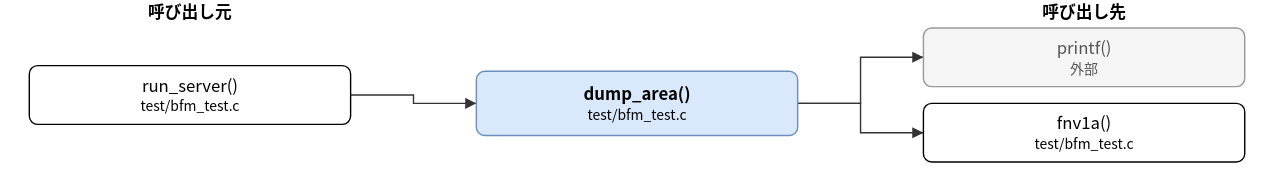
hf355051012-ai/bfmem keeps this draw.io diagram as doc/spec/images/call_test_bfm_test-dump_area.drawio.svg. Above is the earlier version. Source tidied: cells renumbered, new cells last; positions are measured from the earlier drawing's top-left corner, leaving out a move shared by most shapes. The source it was exported from:
```xml
<mxGraphModel>
  <root>
    <mxCell id="0" />
    <mxCell id="1" parent="0" />
    <mxCell id="2" value="dump_area()&lt;br&gt;&lt;font style=&quot;font-size:10px&quot;&gt;test/bfm_test.c&lt;/font&gt;" style="rounded=1;whiteSpace=wrap;html=1;fillColor=#dae8fc;strokeColor=#6c8ebf;fontStyle=1;" parent="1" vertex="1">
      <mxGeometry x="320" y="51" width="230" height="46" as="geometry" />
    </mxCell>
    <mxCell id="3" value="run_server()&lt;br&gt;&lt;font style=&quot;font-size:10px&quot;&gt;test/bfm_test.c&lt;/font&gt;" style="rounded=1;whiteSpace=wrap;html=1;" parent="1" vertex="1">
      <mxGeometry y="47" width="230" height="42" as="geometry" />
    </mxCell>
    <mxCell id="4" value="printf()&lt;br&gt;&lt;font style=&quot;font-size:10px&quot;&gt;外部&lt;/font&gt;" style="rounded=1;whiteSpace=wrap;html=1;fillColor=#f5f5f5;strokeColor=#999999;fontColor=#555555;" parent="1" vertex="1">
      <mxGeometry x="640" y="20" width="230" height="42" as="geometry" />
    </mxCell>
    <mxCell id="5" value="fnv1a()&lt;br&gt;&lt;font style=&quot;font-size:10px&quot;&gt;test/bfm_test.c&lt;/font&gt;" style="rounded=1;whiteSpace=wrap;html=1;" parent="1" vertex="1">
      <mxGeometry x="640" y="74" width="230" height="42" as="geometry" />
    </mxCell>
    <mxCell id="6" style="edgeStyle=none;html=1;rounded=0;endArrow=block;endFill=1;exitX=1.0000;exitY=0.5000;exitDx=0;exitDy=0;exitPerimeter=0;entryX=0.0000;entryY=0.5000;entryDx=0;entryDy=0;entryPerimeter=0;" parent="1" edge="1" source="3" target="2">
      <mxGeometry relative="1" as="geometry">
        <Array as="points">
          <mxPoint x="275" y="68" />
          <mxPoint x="275" y="74" />
        </Array>
      </mxGeometry>
    </mxCell>
    <mxCell id="7" style="edgeStyle=none;html=1;rounded=0;endArrow=block;endFill=1;exitX=1.0000;exitY=0.5000;exitDx=0;exitDy=0;exitPerimeter=0;entryX=0.0000;entryY=0.5000;entryDx=0;entryDy=0;entryPerimeter=0;" parent="1" edge="1" source="2" target="4">
      <mxGeometry relative="1" as="geometry">
        <Array as="points">
          <mxPoint x="595" y="74" />
          <mxPoint x="595" y="41" />
        </Array>
      </mxGeometry>
    </mxCell>
    <mxCell id="8" style="edgeStyle=none;html=1;rounded=0;endArrow=block;endFill=1;exitX=1.0000;exitY=0.5000;exitDx=0;exitDy=0;exitPerimeter=0;entryX=0.0000;entryY=0.5000;entryDx=0;entryDy=0;entryPerimeter=0;" parent="1" edge="1" source="2" target="5">
      <mxGeometry relative="1" as="geometry">
        <Array as="points">
          <mxPoint x="595" y="74" />
          <mxPoint x="595" y="95" />
        </Array>
      </mxGeometry>
    </mxCell>
    <mxCell id="9" value="呼び出し元" style="text;html=1;align=center;fontStyle=1;" parent="1" vertex="1">
      <mxGeometry x="35" width="160" height="18" as="geometry" />
    </mxCell>
    <mxCell id="10" value="呼び出し先" style="text;html=1;align=center;fontStyle=1;" parent="1" vertex="1">
      <mxGeometry x="675" width="160" height="18" as="geometry" />
    </mxCell>
  </root>
</mxGraphModel>
```
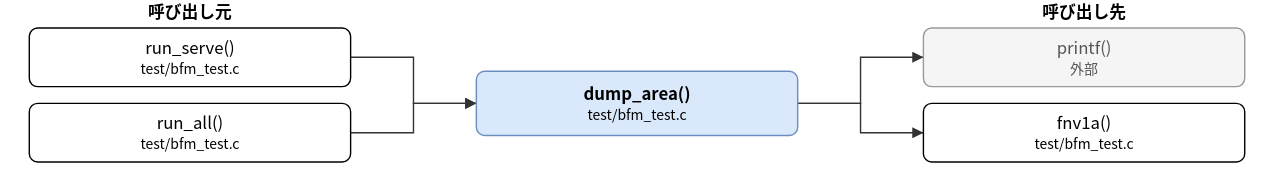
After the change.

Diff of the diagram source:
```diff
@@ -5,9 +5,12 @@
     <mxCell id="2" value="dump_area()&lt;br&gt;&lt;font style=&quot;font-size:10px&quot;&gt;test/bfm_test.c&lt;/font&gt;" style="rounded=1;whiteSpace=wrap;html=1;fillColor=#dae8fc;strokeColor=#6c8ebf;fontStyle=1;" parent="1" vertex="1">
       <mxGeometry x="320" y="51" width="230" height="46" as="geometry" />
     </mxCell>
-    <mxCell id="3" value="run_server()&lt;br&gt;&lt;font style=&quot;font-size:10px&quot;&gt;test/bfm_test.c&lt;/font&gt;" style="rounded=1;whiteSpace=wrap;html=1;" parent="1" vertex="1">
-      <mxGeometry y="47" width="230" height="42" as="geometry" />
+    <mxCell id="3" value="run_serve()&lt;br&gt;&lt;font style=&quot;font-size:10px&quot;&gt;test/bfm_test.c&lt;/font&gt;" style="rounded=1;whiteSpace=wrap;html=1;" parent="1" vertex="1">
+      <mxGeometry y="20" width="230" height="42" as="geometry" />
     </mxCell>
+    <mxCell id="11" value="run_all()&lt;br&gt;&lt;font style=&quot;font-size:10px&quot;&gt;test/bfm_test.c&lt;/font&gt;" style="rounded=1;whiteSpace=wrap;html=1;" parent="1" vertex="1">
+      <mxGeometry y="74" width="230" height="42" as="geometry" />
+    </mxCell>
     <mxCell id="4" value="printf()&lt;br&gt;&lt;font style=&quot;font-size:10px&quot;&gt;外部&lt;/font&gt;" style="rounded=1;whiteSpace=wrap;html=1;fillColor=#f5f5f5;strokeColor=#999999;fontColor=#555555;" parent="1" vertex="1">
       <mxGeometry x="640" y="20" width="230" height="42" as="geometry" />
     </mxCell>
@@ -17,27 +20,35 @@
     <mxCell id="6" style="edgeStyle=none;html=1;rounded=0;endArrow=block;endFill=1;exitX=1.0000;exitY=0.5000;exitDx=0;exitDy=0;exitPerimeter=0;entryX=0.0000;entryY=0.5000;entryDx=0;entryDy=0;entryPerimeter=0;" parent="1" edge="1" source="3" target="2">
       <mxGeometry relative="1" as="geometry">
         <Array as="points">
-          <mxPoint x="275" y="68" />
+          <mxPoint x="275" y="41" />
           <mxPoint x="275" y="74" />
         </Array>
       </mxGeometry>
     </mxCell>
-    <mxCell id="7" style="edgeStyle=none;html=1;rounded=0;endArrow=block;endFill=1;exitX=1.0000;exitY=0.5000;exitDx=0;exitDy=0;exitPerimeter=0;entryX=0.0000;entryY=0.5000;entryDx=0;entryDy=0;entryPerimeter=0;" parent="1" edge="1" source="2" target="4">
+    <mxCell id="7" style="edgeStyle=none;html=1;rounded=0;endArrow=block;endFill=1;exitX=1.0000;exitY=0.5000;exitDx=0;exitDy=0;exitPerimeter=0;entryX=0.0000;entryY=0.5000;entryDx=0;entryDy=0;entryPerimeter=0;" parent="1" edge="1" source="11" target="2">
       <mxGeometry relative="1" as="geometry">
         <Array as="points">
-          <mxPoint x="595" y="74" />
-          <mxPoint x="595" y="41" />
+          <mxPoint x="275" y="95" />
+          <mxPoint x="275" y="74" />
         </Array>
       </mxGeometry>
     </mxCell>
-    <mxCell id="8" style="edgeStyle=none;html=1;rounded=0;endArrow=block;endFill=1;exitX=1.0000;exitY=0.5000;exitDx=0;exitDy=0;exitPerimeter=0;entryX=0.0000;entryY=0.5000;entryDx=0;entryDy=0;entryPerimeter=0;" parent="1" edge="1" source="2" target="5">
+    <mxCell id="8" style="edgeStyle=none;html=1;rounded=0;endArrow=block;endFill=1;exitX=1.0000;exitY=0.5000;exitDx=0;exitDy=0;exitPerimeter=0;entryX=0.0000;entryY=0.5000;entryDx=0;entryDy=0;entryPerimeter=0;" parent="1" edge="1" source="2" target="4">
       <mxGeometry relative="1" as="geometry">
         <Array as="points">
           <mxPoint x="595" y="74" />
-          <mxPoint x="595" y="95" />
+          <mxPoint x="595" y="41" />
         </Array>
       </mxGeometry>
     </mxCell>
+    <mxCell id="12" style="edgeStyle=none;html=1;rounded=0;endArrow=block;endFill=1;exitX=1.0000;exitY=0.5000;exitDx=0;exitDy=0;exitPerimeter=0;entryX=0.0000;entryY=0.5000;entryDx=0;entryDy=0;entryPerimeter=0;" parent="1" edge="1" source="2" target="5">
+      <mxGeometry relative="1" as="geometry">
+        <Array as="points">
+          <mxPoint x="595" y="74" />
+          <mxPoint x="595" y="95" />
+        </Array>
+      </mxGeometry>
+    </mxCell>
     <mxCell id="9" value="呼び出し元" style="text;html=1;align=center;fontStyle=1;" parent="1" vertex="1">
       <mxGeometry x="35" width="160" height="18" as="geometry" />
     </mxCell>
```
